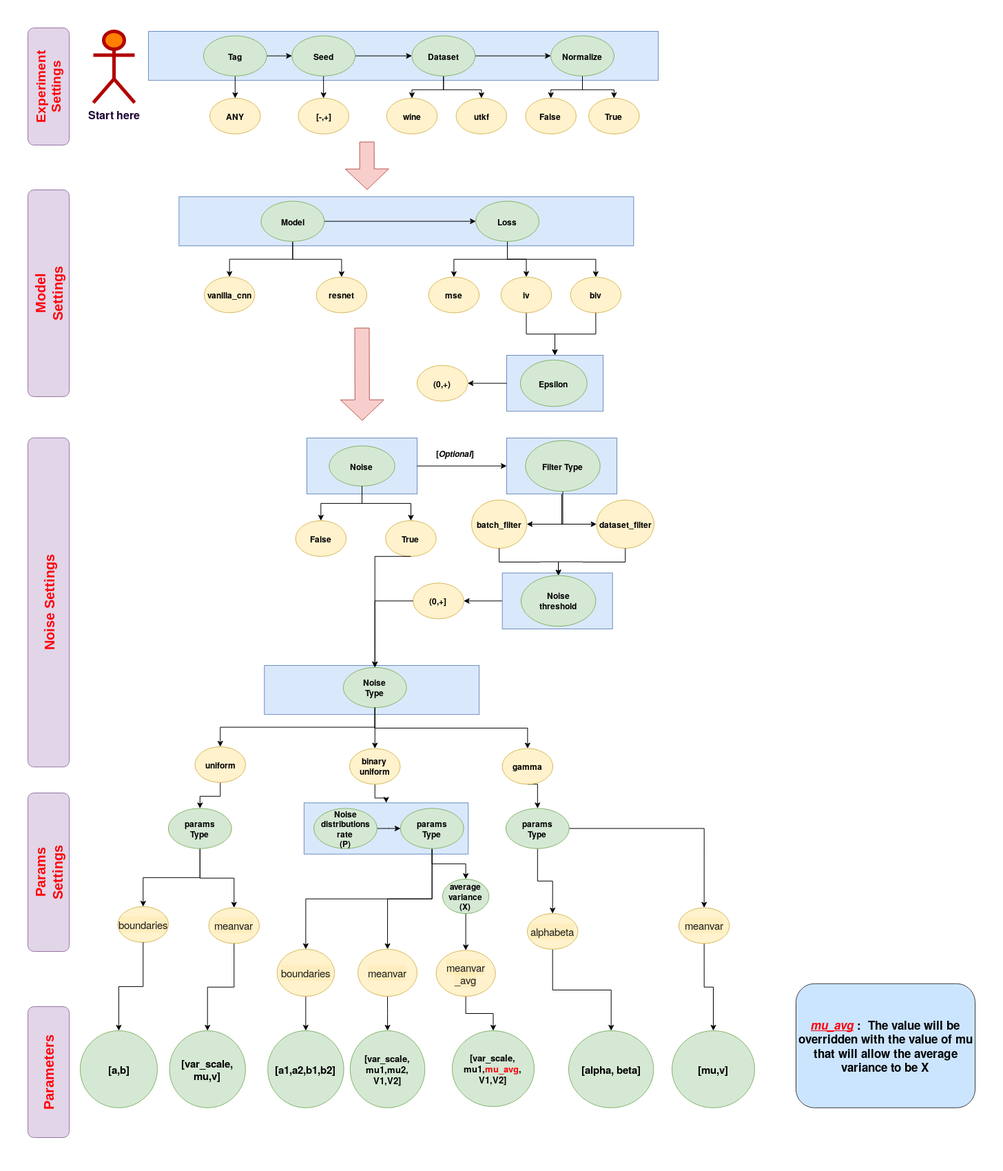
montrealrobotics/BIV keeps this draw.io diagram as media/args.png. Above is the earlier version. Source tidied: cells renumbered, new cells last; positions are measured from the earlier drawing's top-left corner, leaving out a move shared by most shapes.
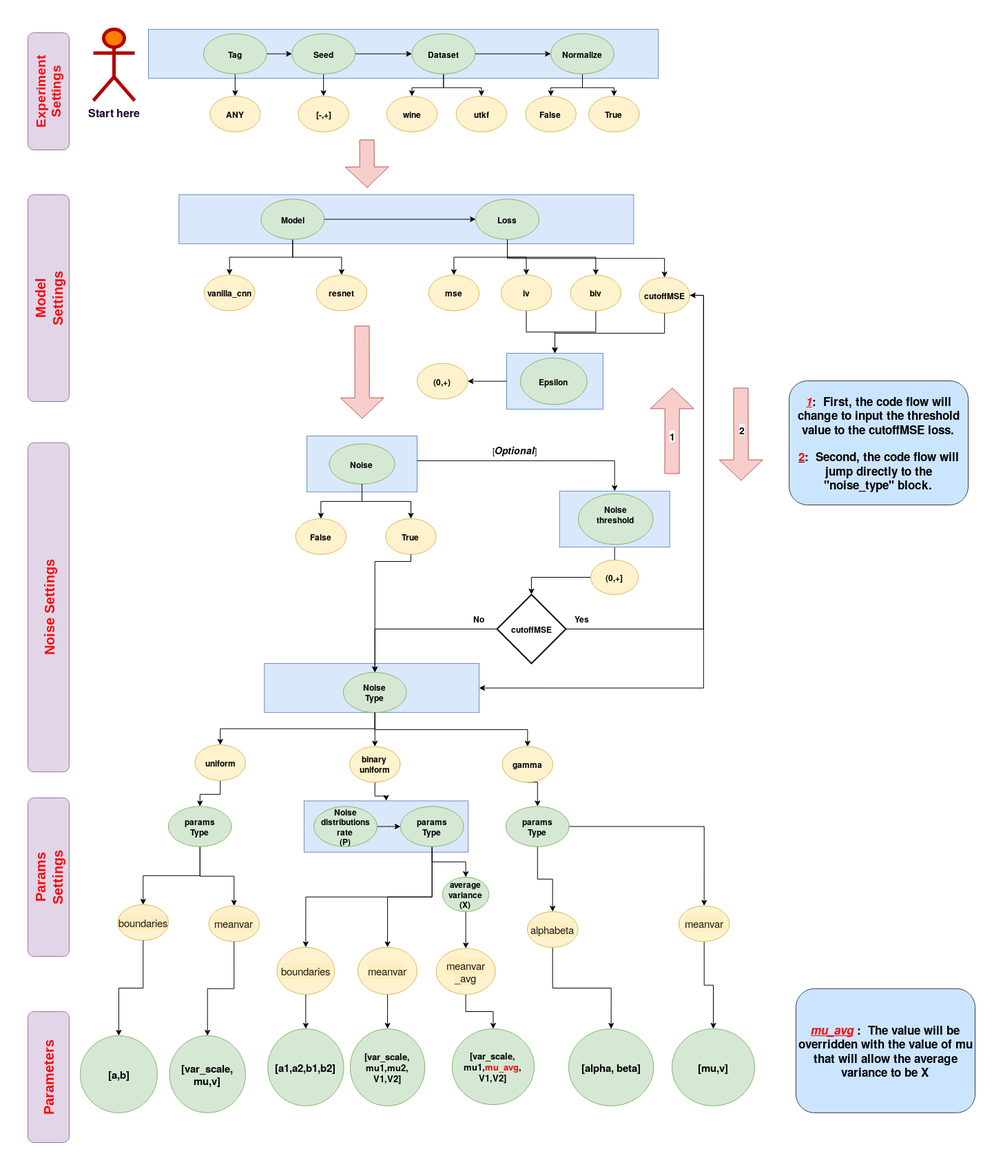
Later version of the same file.

Commit message:
Refactor noise filter by batch

What changed in the source:
```diff
@@ -3,13 +3,13 @@
     <mxCell id="0" />
     <mxCell id="1" parent="0" />
     <mxCell id="2" style="group;fontStyle=0;" parent="1" vertex="1">
-      <mxGeometry x="274" width="990" height="1560" as="geometry" />
+      <mxGeometry x="274" y="-10" width="990" height="1560" as="geometry" />
     </mxCell>
     <mxCell id="3" style="rounded=0;whiteSpace=wrap;html=1;fillColor=#dae8fc;strokeColor=#6c8ebf;" parent="2" vertex="1">
       <mxGeometry x="335.9" y="1119.3" width="238.3" height="74.3" as="geometry" />
     </mxCell>
     <mxCell id="4" style="group;" parent="2" vertex="1">
-      <mxGeometry x="110" y="6.5" width="800" height="753.5" as="geometry" />
+      <mxGeometry x="110" y="6.5" width="800" height="664.7" as="geometry" />
     </mxCell>
     <mxCell id="5" style="rounded=0;whiteSpace=wrap;html=1;fillColor=#dae8fc;strokeColor=#6c8ebf;" parent="4" vertex="1">
       <mxGeometry y="-6.5" width="740" height="71.2" as="geometry" />
@@ -113,6 +113,9 @@
     <mxCell id="38" value="&lt;span&gt;iv&lt;/span&gt;" style="ellipse;whiteSpace=wrap;html=1;fillColor=#fff2cc;strokeColor=#d6b656;fontStyle=1;" parent="26" vertex="1">
       <mxGeometry x="511.9" y="175.3" width="73.3" height="51.8" as="geometry" />
     </mxCell>
+    <mxCell id="127" style="edgeStyle=orthogonalEdgeStyle;rounded=0;jettySize=auto;html=1;exitX=0.5;exitY=1;exitDx=0;exitDy=0;entryX=0.5;entryY=0;entryDx=0;entryDy=0;" parent="26" edge="1" source="39" target="46">
+      <mxGeometry relative="1" as="geometry" />
+    </mxCell>
     <mxCell id="39" value="biv" style="ellipse;whiteSpace=wrap;html=1;fillColor=#fff2cc;strokeColor=#d6b656;fontStyle=1;" parent="26" vertex="1">
       <mxGeometry x="612.7" y="175.4" width="73.3" height="51.8" as="geometry" />
     </mxCell>
@@ -152,44 +155,45 @@
     <mxCell id="49" value="Noise" style="ellipse;whiteSpace=wrap;html=1;fillColor=#d5e8d4;strokeColor=#82b366;fontStyle=1;" parent="26" vertex="1">
       <mxGeometry x="262.4" y="420.3" width="95.2" height="58.2" as="geometry" />
     </mxCell>
-    <mxCell id="50" value="&lt;b&gt;&lt;br&gt;&lt;/b&gt;&lt;div&gt;&lt;b&gt;[&lt;i&gt;&lt;span&gt;Optional&lt;/span&gt;&lt;/i&gt;]&lt;br&gt;&lt;/b&gt;&lt;/div&gt;" style="text;html=1;align=center;verticalAlign=middle;" parent="26" vertex="1">
-      <mxGeometry x="410.1" y="408.8" width="70" height="30" as="geometry" />
-    </mxCell>
-    <mxCell id="51" style="edgeStyle=orthogonalEdgeStyle;rounded=0;jettySize=auto;html=1;exitX=0.5;exitY=1;exitDx=0;exitDy=0;entryX=0;entryY=0.5;entryDx=0;entryDy=0;" parent="4" edge="1" source="52" target="55">
-      <mxGeometry relative="1" as="geometry" />
-    </mxCell>
-    <mxCell id="52" style="rounded=0;whiteSpace=wrap;html=1;fillColor=#dae8fc;strokeColor=#6c8ebf;" parent="4" vertex="1">
-      <mxGeometry x="520" y="583.5" width="160" height="81.2" as="geometry" />
-    </mxCell>
-    <mxCell id="53" style="edgeStyle=orthogonalEdgeStyle;rounded=0;jettySize=auto;html=1;exitX=0.5;exitY=1;exitDx=0;exitDy=0;entryX=1;entryY=0.5;entryDx=0;entryDy=0;" parent="4" edge="1" source="54" target="56">
-      <mxGeometry relative="1" as="geometry" />
-    </mxCell>
-    <mxCell id="54" value="Filter Type" style="ellipse;whiteSpace=wrap;html=1;fillColor=#d5e8d4;strokeColor=#82b366;fontStyle=1;" parent="4" vertex="1">
-      <mxGeometry x="547.3" y="587.3" width="108.3" height="73.6" as="geometry" />
-    </mxCell>
-    <mxCell id="55" value="dataset_filter" style="ellipse;whiteSpace=wrap;html=1;fillColor=#fff2cc;strokeColor=#d6b656;fontStyle=1;" parent="4" vertex="1">
-      <mxGeometry x="650.5" y="673.5" width="83.3" height="70" as="geometry" />
-    </mxCell>
-    <mxCell id="56" value="batch_filter" style="ellipse;whiteSpace=wrap;html=1;fillColor=#fff2cc;strokeColor=#d6b656;fontStyle=1;" parent="4" vertex="1">
-      <mxGeometry x="469.1" y="673.5" width="80" height="70" as="geometry" />
-    </mxCell>
-    <mxCell id="57" style="edgeStyle=orthogonalEdgeStyle;rounded=0;jettySize=auto;html=1;exitX=1;exitY=0.5;exitDx=0;exitDy=0;" parent="4" edge="1" source="27" target="52">
-      <mxGeometry relative="1" as="geometry" />
-    </mxCell>
+    <mxCell id="128" value="cutoffMSE" style="ellipse;whiteSpace=wrap;html=1;fillColor=#fff2cc;strokeColor=#d6b656;fontStyle=1;" parent="4" vertex="1">
+      <mxGeometry x="712.5" y="353.5" width="73.3" height="51.8" as="geometry" />
+    </mxCell>
+    <mxCell id="129" style="edgeStyle=orthogonalEdgeStyle;rounded=0;jettySize=auto;html=1;exitX=0.5;exitY=1;exitDx=0;exitDy=0;entryX=0.5;entryY=0;entryDx=0;entryDy=0;" parent="4" edge="1" source="36" target="128">
+      <mxGeometry relative="1" as="geometry" />
+    </mxCell>
+    <mxCell id="130" style="shape=flexArrow;endArrow=classic;html=1;endWidth=41;endSize=9.62;width=21;fillColor=#f8cecc;strokeColor=#b85450;" parent="4" edge="1">
+      <mxGeometry relative="1" as="geometry">
+        <mxPoint x="760" y="638.5" as="sourcePoint" />
+        <mxPoint x="760.3" y="513.5" as="targetPoint" />
+      </mxGeometry>
+    </mxCell>
+    <mxCell id="131" value="&lt;font style=&quot;font-size: 14px&quot;&gt;&lt;b&gt;1&lt;/b&gt;&lt;/font&gt;" style="edgeLabel;html=1;align=center;verticalAlign=middle;" parent="130" vertex="1">
+      <mxGeometry x="-0.17" y="-3" relative="1" as="geometry">
+        <mxPoint x="-3.1" y="-3" as="offset" />
+      </mxGeometry>
+    </mxCell>
+    <mxCell id="132" style="edgeStyle=orthogonalEdgeStyle;rounded=0;jettySize=auto;html=1;exitX=1;exitY=0.5;exitDx=0;exitDy=0;entryX=0.5;entryY=0;entryDx=0;entryDy=0;" parent="2" edge="1" target="61">
+      <mxGeometry relative="1" as="geometry">
+        <mxPoint x="500" y="625.9" as="sourcePoint" />
+      </mxGeometry>
+    </mxCell>
     <mxCell id="58" value="True" style="ellipse;whiteSpace=wrap;html=1;fillColor=#fff2cc;strokeColor=#d6b656;fontStyle=1;" parent="2" vertex="1">
       <mxGeometry x="454.3" y="710" width="73.3" height="51.8" as="geometry" />
     </mxCell>
     <mxCell id="59" value="False" style="ellipse;whiteSpace=wrap;html=1;fillColor=#fff2cc;strokeColor=#d6b656;fontStyle=1;" parent="2" vertex="1">
       <mxGeometry x="323.7" y="710" width="73.3" height="51.8" as="geometry" />
     </mxCell>
+    <mxCell id="133" style="edgeStyle=orthogonalEdgeStyle;rounded=0;jettySize=auto;html=1;exitX=1;exitY=0.5;exitDx=0;exitDy=0;entryX=1;entryY=0.5;entryDx=0;entryDy=0;exitPerimeter=0;" parent="2" edge="1" source="134" target="128">
+      <mxGeometry relative="1" as="geometry" />
+    </mxCell>
-    <mxCell id="60" style="edgeStyle=orthogonalEdgeStyle;rounded=0;jettySize=auto;html=1;exitX=0;exitY=0.5;exitDx=0;exitDy=0;entryX=1;entryY=0.5;entryDx=0;entryDy=0;" parent="2" edge="1" source="61" target="93">
+    <mxCell id="60" style="edgeStyle=orthogonalEdgeStyle;rounded=0;jettySize=auto;html=1;exitX=0.5;exitY=1;exitDx=0;exitDy=0;" parent="2" edge="1" source="61" target="93">
       <mxGeometry relative="1" as="geometry" />
     </mxCell>
     <mxCell id="61" style="rounded=0;whiteSpace=wrap;html=1;fillColor=#dae8fc;strokeColor=#6c8ebf;" parent="2" vertex="1">
-      <mxGeometry x="623.6" y="785.8" width="160" height="81.2" as="geometry" />
+      <mxGeometry x="706.7" y="670" width="160" height="81.2" as="geometry" />
     </mxCell>
-    <mxCell id="62" value="&lt;div&gt;Noise&lt;/div&gt;&lt;div&gt;threshold&lt;/div&gt;" style="ellipse;whiteSpace=wrap;html=1;fillColor=#d5e8d4;strokeColor=#82b366;fontStyle=1;" parent="2" vertex="1">
-      <mxGeometry x="651" y="789.6" width="108.3" height="73.6" as="geometry" />
+    <mxCell id="62" value="&lt;div&gt;Noise&lt;/div&gt;&lt;div&gt;threshold&lt;/div&gt;&lt;div&gt;&lt;br&gt;&lt;/div&gt;" style="ellipse;whiteSpace=wrap;html=1;fillColor=#d5e8d4;strokeColor=#82b366;fontStyle=1;" parent="2" vertex="1">
+      <mxGeometry x="734" y="673.8" width="108.3" height="73.6" as="geometry" />
     </mxCell>
     <mxCell id="63" style="group;fontStyle=1;" parent="2" vertex="1">
       <mxGeometry x="139" y="812.9" width="311.7" height="168.2" as="geometry" />
@@ -281,9 +285,6 @@
     <mxCell id="92" value="binary&lt;br&gt;uniform" style="ellipse;whiteSpace=wrap;html=1;fillColor=#fff2cc;strokeColor=#d6b656;fontStyle=1;" parent="2" vertex="1">
       <mxGeometry x="402.1" y="1040.6" width="73.3" height="51.8" as="geometry" />
     </mxCell>
-    <mxCell id="93" value="(0,+]" style="ellipse;whiteSpace=wrap;html=1;fillColor=#fff2cc;strokeColor=#d6b656;fontStyle=1;" parent="2" vertex="1">
-      <mxGeometry x="494.2" y="800.5" width="73.3" height="51.8" as="geometry" />
-    </mxCell>
     <mxCell id="94" value="[var_scale,&lt;br&gt;mu1,mu2,&lt;br&gt;V1,V2]" style="ellipse;whiteSpace=wrap;html=1;fillColor=#d5e8d4;strokeColor=#82b366;fontStyle=1;fontSize=13;" parent="2" vertex="1">
       <mxGeometry x="402.8" y="1450" width="108.5" height="111.8" as="geometry" />
     </mxCell>
@@ -320,12 +321,35 @@
     <mxCell id="105" value="&lt;font color=&quot;#190033&quot;&gt;&lt;b&gt;Start here&lt;br&gt;&lt;/b&gt;&lt;/font&gt;" style="shape=umlActor;verticalLabelPosition=bottom;verticalAlign=top;html=1;fontSize=16;align=center;strokeColor=#B20000;fontColor=#ffffff;strokeWidth=5;perimeterSpacing=0;fillColor=#FF8000;" parent="2" vertex="1">
       <mxGeometry x="30" width="60" height="103.5" as="geometry" />
     </mxCell>
-    <mxCell id="106" style="edgeStyle=orthogonalEdgeStyle;rounded=0;jettySize=auto;html=1;exitX=0.5;exitY=1;exitDx=0;exitDy=0;entryX=0.5;entryY=0;entryDx=0;entryDy=0;" parent="2" edge="1" source="56" target="62">
-      <mxGeometry relative="1" as="geometry" />
-    </mxCell>
-    <mxCell id="107" style="edgeStyle=orthogonalEdgeStyle;rounded=0;jettySize=auto;html=1;exitX=0.5;exitY=1;exitDx=0;exitDy=0;entryX=0.5;entryY=0;entryDx=0;entryDy=0;" parent="2" edge="1" source="55" target="62">
-      <mxGeometry relative="1" as="geometry" />
-    </mxCell>
+    <mxCell id="50" value="[&lt;font style=&quot;font-size: 14px&quot;&gt;&lt;b&gt;&lt;i&gt;&lt;span&gt;Optional&lt;/span&gt;&lt;/i&gt;&lt;/b&gt;&lt;/font&gt;]" style="text;html=1;align=center;verticalAlign=middle;" parent="2" vertex="1">
+      <mxGeometry x="601.3" y="600" width="80" height="20" as="geometry" />
+    </mxCell>
+    <mxCell id="134" value="&lt;b&gt;cutoffMSE&lt;/b&gt;" style="strokeWidth=2;html=1;shape=mxgraph.flowchart.decision;whiteSpace=wrap;" parent="2" vertex="1">
+      <mxGeometry x="615.9" y="820" width="100" height="100" as="geometry" />
+    </mxCell>
+    <mxCell id="135" value="&lt;b&gt;Yes&lt;/b&gt;" style="text;html=1;align=center;verticalAlign=middle;" parent="2" vertex="1">
+      <mxGeometry x="719.2" y="845.3" width="40" height="20" as="geometry" />
+    </mxCell>
+    <mxCell id="136" style="edgeStyle=orthogonalEdgeStyle;rounded=0;jettySize=auto;html=1;exitX=0;exitY=0.5;exitDx=0;exitDy=0;entryX=0.5;entryY=0;entryDx=0;entryDy=0;entryPerimeter=0;" parent="2" edge="1" source="93" target="134">
+      <mxGeometry relative="1" as="geometry" />
+    </mxCell>
+    <mxCell id="93" value="(0,+]" style="ellipse;whiteSpace=wrap;html=1;fillColor=#fff2cc;strokeColor=#d6b656;fontStyle=1;" parent="2" vertex="1">
+      <mxGeometry x="752.2" y="770" width="69.1" height="50" as="geometry" />
+    </mxCell>
+    <mxCell id="137" style="edgeStyle=orthogonalEdgeStyle;rounded=0;jettySize=auto;html=1;exitX=1;exitY=0.5;exitDx=0;exitDy=0;entryX=1;entryY=0.5;entryDx=0;entryDy=0;" parent="2" edge="1" source="128" target="64">
+      <mxGeometry relative="1" as="geometry" />
+    </mxCell>
+    <mxCell id="138" style="shape=flexArrow;endArrow=classic;html=1;endWidth=41;endSize=9.62;width=21;fillColor=#f8cecc;strokeColor=#b85450;" parent="2" edge="1">
+      <mxGeometry relative="1" as="geometry">
+        <mxPoint x="970" y="520" as="sourcePoint" />
+        <mxPoint x="970.3" y="655" as="targetPoint" />
+      </mxGeometry>
+    </mxCell>
+    <mxCell id="139" value="&lt;font style=&quot;font-size: 14px&quot;&gt;&lt;b&gt;2&lt;/b&gt;&lt;/font&gt;" style="edgeLabel;html=1;align=center;verticalAlign=middle;" parent="138" vertex="1">
+      <mxGeometry x="0.04" y="7" relative="1" as="geometry">
+        <mxPoint x="-7.2" y="-10" as="offset" />
+      </mxGeometry>
+    </mxCell>
     <mxCell id="108" value="&lt;p dir=&quot;ltr&quot; style=&quot;line-height: 1.2 ; text-align: center ; margin-top: 0pt ; margin-bottom: 0pt ; font-size: 20px&quot; id=&quot;docs-internal-guid-8ae002db-7fff-8ba6-8505-895e2b272312&quot;&gt;&lt;font style=&quot;font-size: 20px&quot; color=&quot;#FF0008&quot;&gt;&lt;b&gt;&lt;span style=&quot;font-family: &amp;#34;arial&amp;#34; ; background-color: transparent ; font-style: normal ; font-variant: normal ; text-decoration: none ; vertical-align: baseline&quot;&gt;Model&lt;/span&gt;&lt;/b&gt;&lt;/font&gt;&lt;/p&gt;&lt;p dir=&quot;ltr&quot; style=&quot;line-height: 1.2 ; text-align: center ; margin-top: 0pt ; margin-bottom: 0pt ; font-size: 20px&quot;&gt;&lt;font style=&quot;font-size: 20px&quot; color=&quot;#FF0008&quot;&gt;&lt;b&gt;&lt;span style=&quot;font-family: &amp;#34;arial&amp;#34; ; background-color: transparent ; font-style: normal ; font-variant: normal ; text-decoration: none ; vertical-align: baseline&quot;&gt;Settings&lt;/span&gt;&lt;/b&gt;&lt;/font&gt;&lt;/p&gt;" style="rounded=1;whiteSpace=wrap;html=1;rotation=-90;fillColor=#e1d5e7;strokeColor=#9673a6;" parent="1" vertex="1">
       <mxGeometry x="89" y="350" width="300" height="60" as="geometry" />
     </mxCell>
@@ -353,11 +377,6 @@
     <mxCell id="116" style="edgeStyle=orthogonalEdgeStyle;rounded=0;jettySize=auto;html=1;exitX=0.5;exitY=1;exitDx=0;exitDy=0;" parent="1" edge="1" source="80" target="114">
       <mxGeometry relative="1" as="geometry" />
     </mxCell>
-    <mxCell id="117" style="edgeStyle=orthogonalEdgeStyle;rounded=0;jettySize=auto;html=1;exitX=0.5;exitY=1;exitDx=0;exitDy=0;" parent="1" edge="1" source="39">
-      <mxGeometry relative="1" as="geometry">
-        <mxPoint x="974" y="470" as="targetPoint" />
-      </mxGeometry>
-    </mxCell>
     <mxCell id="118" value="Noise&lt;br&gt;Type" style="ellipse;whiteSpace=wrap;html=1;fillColor=#d5e8d4;strokeColor=#82b366;fontStyle=1;" parent="1" vertex="1">
       <mxGeometry x="666.9" y="922.9" width="91.7" height="58.2" as="geometry" />
     </mxCell>
@@ -377,9 +396,6 @@
         </Array>
       </mxGeometry>
     </mxCell>
-    <mxCell id="123" style="edgeStyle=orthogonalEdgeStyle;rounded=0;jettySize=auto;html=1;exitX=0;exitY=0.5;exitDx=0;exitDy=0;entryX=0.5;entryY=0;entryDx=0;entryDy=0;" parent="1" edge="1" source="93" target="118">
-      <mxGeometry relative="1" as="geometry" />
-    </mxCell>
     <mxCell id="124" value="&lt;p dir=&quot;ltr&quot; style=&quot;line-height: 1.2 ; text-align: center ; margin-top: 0pt ; margin-bottom: 0pt ; font-size: 20px&quot; id=&quot;docs-internal-guid-8ae002db-7fff-8ba6-8505-895e2b272312&quot;&gt;&lt;font style=&quot;font-size: 20px&quot; color=&quot;#FF0008&quot;&gt;&lt;b&gt;&lt;span style=&quot;font-family: &amp;#34;arial&amp;#34; ; background-color: transparent ; font-style: normal ; font-variant: normal ; text-decoration: none ; vertical-align: baseline&quot;&gt;Parameters&lt;/span&gt;&lt;/b&gt;&lt;/font&gt;&lt;/p&gt;" style="rounded=1;whiteSpace=wrap;html=1;rotation=-90;fillColor=#e1d5e7;strokeColor=#9673a6;" parent="1" vertex="1">
       <mxGeometry x="144" y="1480" width="190" height="60" as="geometry" />
     </mxCell>
@@ -389,5 +405,19 @@
     <mxCell id="126" style="edgeStyle=orthogonalEdgeStyle;rounded=0;orthogonalLoop=1;jettySize=auto;html=1;exitX=0;exitY=0.5;exitDx=0;exitDy=0;" parent="1" edge="1" source="124" target="124">
       <mxGeometry relative="1" as="geometry" />
     </mxCell>
+    <mxCell id="140" value="&lt;b&gt;No&lt;/b&gt;" style="text;html=1;align=center;verticalAlign=middle;" parent="1" vertex="1">
+      <mxGeometry x="848.2" y="835.3" width="30" height="20" as="geometry" />
+    </mxCell>
+    <mxCell id="141" style="edgeStyle=orthogonalEdgeStyle;rounded=0;jettySize=auto;html=1;exitX=0.5;exitY=1;exitDx=0;exitDy=0;" parent="1" edge="1" source="128">
+      <mxGeometry relative="1" as="geometry">
+        <mxPoint x="974" y="460" as="targetPoint" />
+      </mxGeometry>
+    </mxCell>
+    <mxCell id="142" style="edgeStyle=orthogonalEdgeStyle;rounded=0;jettySize=auto;html=1;exitX=0;exitY=0.5;exitDx=0;exitDy=0;exitPerimeter=0;entryX=0.5;entryY=0;entryDx=0;entryDy=0;" parent="1" edge="1" source="134" target="118">
+      <mxGeometry relative="1" as="geometry" />
+    </mxCell>
+    <mxCell id="143" value="&lt;div style=&quot;font-size: 17px&quot;&gt;&lt;font style=&quot;font-size: 17px&quot;&gt;&lt;font color=&quot;#FF0008&quot;&gt;&lt;i&gt;&lt;u&gt;&lt;font style=&quot;font-size: 17px&quot;&gt;1&lt;/font&gt;&lt;/u&gt;&lt;/i&gt;&lt;/font&gt;:&amp;nbsp; First, the code flow will change to input the threshold value to the cutoffMSE loss.&lt;br&gt;&lt;/font&gt;&lt;/div&gt;&lt;div&gt;&lt;br&gt;&lt;/div&gt;&lt;div&gt;&lt;div style=&quot;font-size: 17px&quot;&gt;&lt;font style=&quot;font-size: 17px&quot;&gt;&lt;u&gt;&lt;font color=&quot;#FF0008&quot;&gt;2&lt;/font&gt;&lt;/u&gt;:&amp;nbsp; Second, the code flow will jump directly to the &quot;noise_type&quot; block.&lt;br&gt;&lt;/font&gt;&lt;/div&gt;&lt;/div&gt;" style="rounded=1;whiteSpace=wrap;html=1;fillColor=#cce5ff;strokeColor=#36393d;fontStyle=1;fontSize=16;align=center;" parent="1" vertex="1">
+      <mxGeometry x="1314" y="500" width="260" height="180" as="geometry" />
+    </mxCell>
   </root>
 </mxGraphModel>
```
